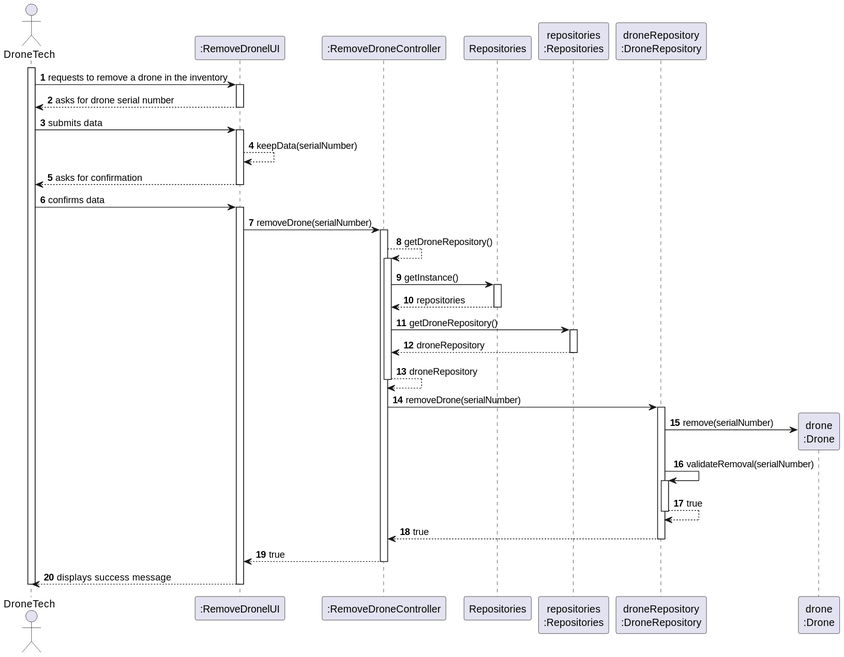
Before: docs/SPRINT_2/US242/images/sequence_diagram_us242.svg, a diagram exported from PlantUML (diogoveirospro/sem4pi-2024-2025-sem4pi_2024_2025_g44).
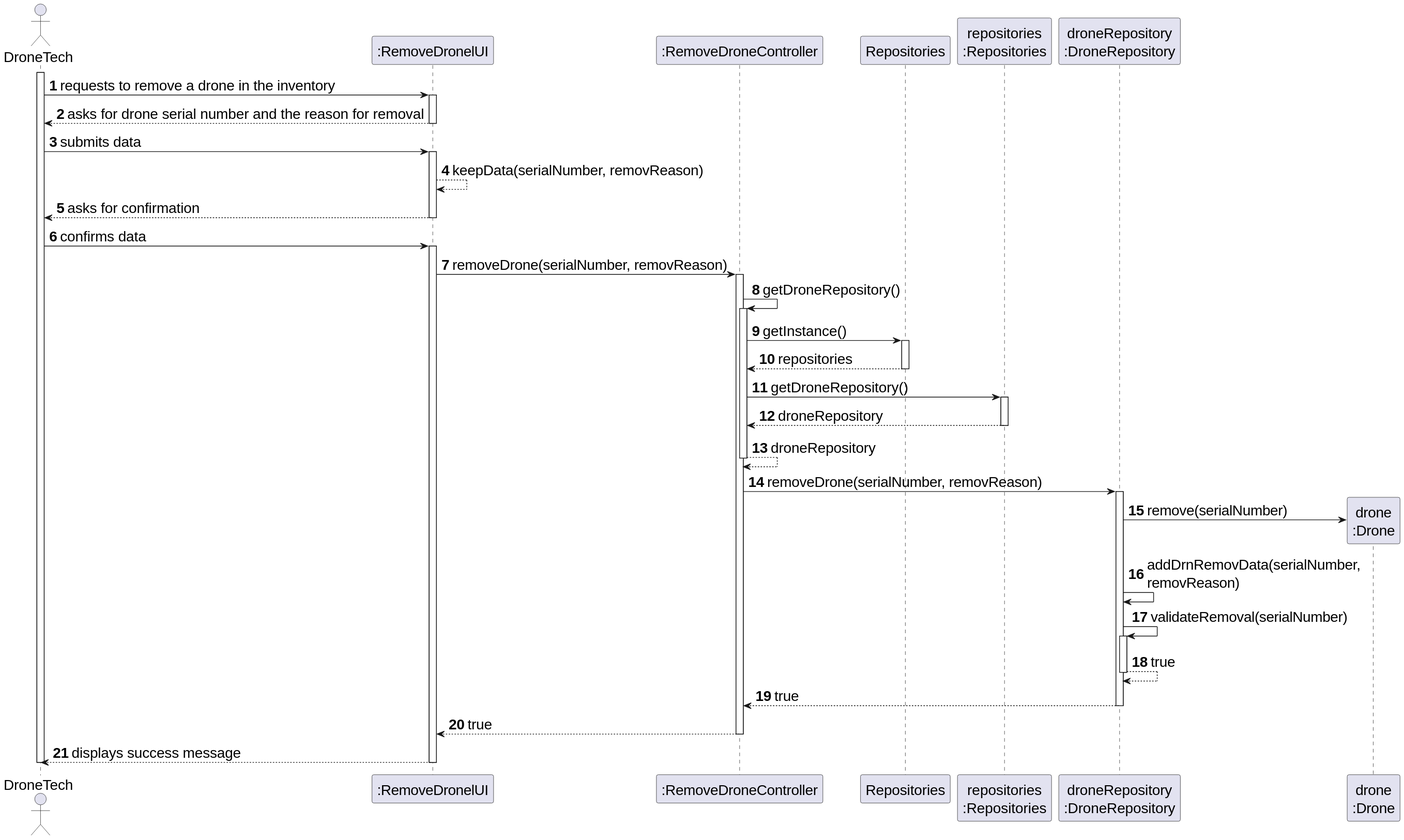
After the commit.

What changed in the source:
```diff
@@ -1,4 +1,5 @@
 @startuml
+skinparamlocked defaultFontSize 20
 
 skinparam packageStyle rectangle
 skinparam shadowing false
@@ -17,18 +18,18 @@
 
 DT -> UI : requests to remove a drone in the inventory
 activate UI
-    UI --> DT : asks for drone serial number
+    UI --> DT : asks for drone serial number and the reason for removal
     deactivate UI
     DT -> UI : submits data
     activate UI
-    UI --> UI : keepData(serialNumber)
+    UI --> UI : keepData(serialNumber, removReason)
     UI --> DT : asks for confirmation
     deactivate UI
     DT -> UI : confirms data
     activate UI
-    UI -> CTRL : removeDrone(serialNumber)
+    UI -> CTRL : removeDrone(serialNumber, removReason)
     activate CTRL
-        CTRL --> CTRL :getDroneRepository()
+        CTRL -> CTRL :getDroneRepository()
         activate CTRL
         CTRL -> REPOS : getInstance()
         activate REPOS
@@ -42,11 +43,11 @@
         CTRL --> CTRL : droneRepository
 
         deactivate CTRL
-            CTRL -> DRN_REPO : removeDrone(serialNumber)
+            CTRL -> DRN_REPO : removeDrone(serialNumber, removReason)
             activate DRN_REPO
 
         DRN_REPO -> DRONE** : remove(serialNumber)
-        deactivate DRONE
+        DRN_REPO -> DRN_REPO : addDrnRemovData(serialNumber, \nremovReason)
                     DRN_REPO -> DRN_REPO: validateRemoval(serialNumber)
                     activate DRN_REPO
                         DRN_REPO --> DRN_REPO : true
```
